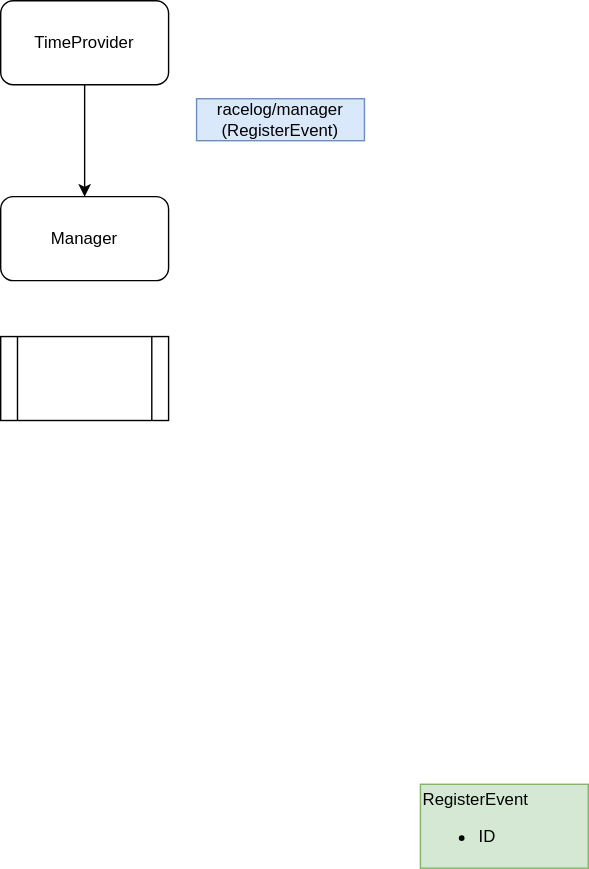
Above: doc/flow.drawio.svg in mpapenbr/iracelog-service-legacy (draw.io), before the change. Source tidied: cells renumbered, new cells last; positions are measured from the earlier drawing's top-left corner, leaving out a move shared by most shapes.
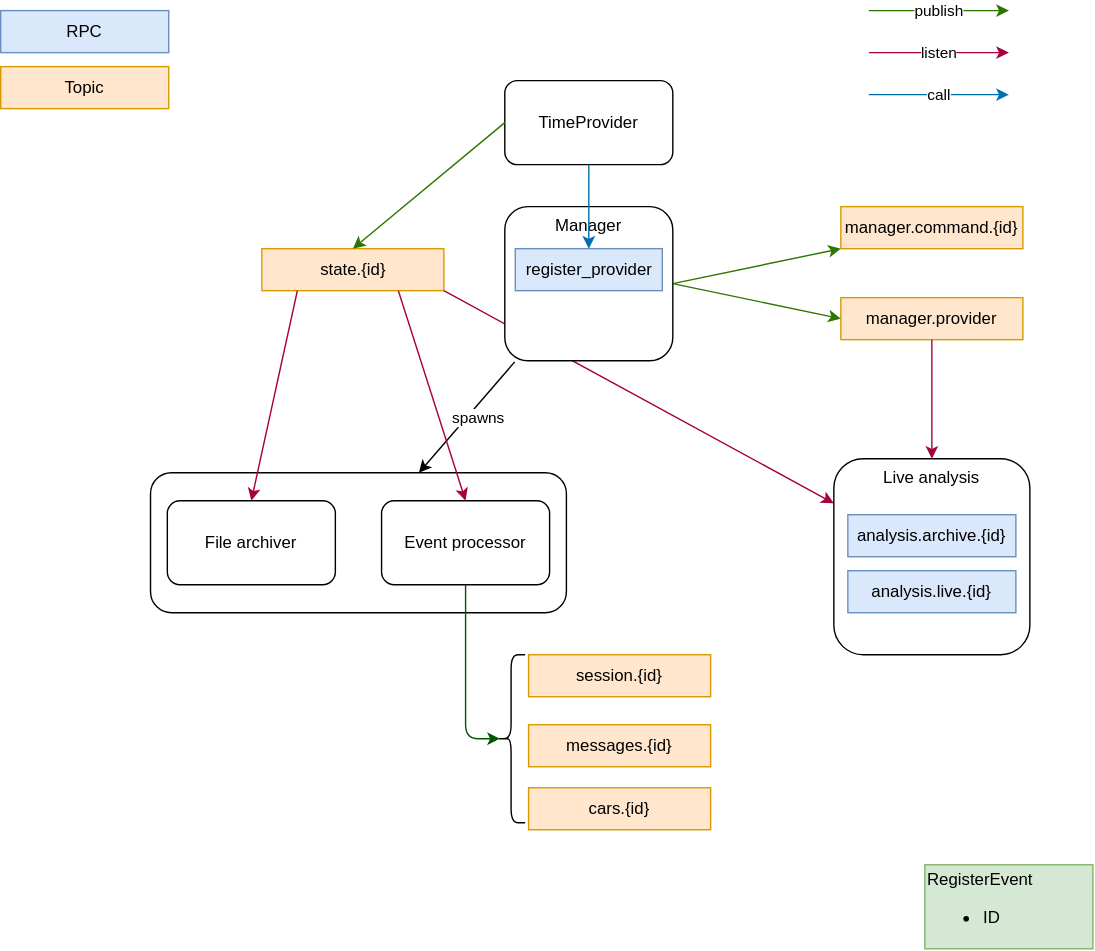
After the change.

Commit message:
some documentation + event_info rpc

Change to the diagram source:
```diff
@@ -2,23 +2,137 @@
   <root>
     <mxCell id="0" />
     <mxCell id="1" parent="0" />
-    <mxCell id="2" style="edgeStyle=orthogonalEdgeStyle;rounded=0;jettySize=auto;html=1;" parent="1" edge="1" source="3" target="4">
-      <mxGeometry relative="1" as="geometry" />
-    </mxCell>
     <mxCell id="3" value="TimeProvider" style="rounded=1;whiteSpace=wrap;html=1;" parent="1" vertex="1">
       <mxGeometry width="120" height="60" as="geometry" />
     </mxCell>
+    <mxCell id="6" value="RegisterEvent&lt;br&gt;&lt;ul&gt;&lt;li&gt;&lt;span&gt;ID&amp;nbsp;&lt;/span&gt;&lt;/li&gt;&lt;/ul&gt;" style="rounded=0;whiteSpace=wrap;html=1;fillColor=#d5e8d4;strokeColor=#82b366;align=left;" parent="1" vertex="1">
+      <mxGeometry x="300" y="560" width="120" height="60" as="geometry" />
+    </mxCell>
+    <mxCell id="8" value="RPC" style="rounded=0;whiteSpace=wrap;html=1;fillColor=#dae8fc;strokeColor=#6c8ebf;" parent="1" vertex="1">
+      <mxGeometry x="-360" y="-50" width="120" height="30" as="geometry" />
+    </mxCell>
+    <mxCell id="9" value="Topic" style="rounded=0;whiteSpace=wrap;html=1;fillColor=#ffe6cc;strokeColor=#d79b00;" parent="1" vertex="1">
+      <mxGeometry x="-360" y="-10" width="120" height="30" as="geometry" />
+    </mxCell>
+    <mxCell id="10" value="state.{id}" style="rounded=0;whiteSpace=wrap;html=1;fillColor=#ffe6cc;strokeColor=#d79b00;" parent="1" vertex="1">
+      <mxGeometry x="-173.5" y="120" width="130" height="30" as="geometry" />
+    </mxCell>
+    <mxCell id="11" style="endArrow=classic;html=1;exitX=0.059;exitY=1.008;exitDx=0;exitDy=0;exitPerimeter=0;" parent="1" edge="1" source="4" target="32">
+      <mxGeometry relative="1" as="geometry" />
+    </mxCell>
+    <mxCell id="12" value="spawns" style="edgeLabel;html=1;align=center;verticalAlign=middle;" parent="11" vertex="1">
+      <mxGeometry relative="1" as="geometry">
+        <mxPoint x="8" as="offset" />
+      </mxGeometry>
+    </mxCell>
+    <mxCell id="13" value="manager.provider" style="rounded=0;whiteSpace=wrap;html=1;fillColor=#ffe6cc;strokeColor=#d79b00;" parent="1" vertex="1">
+      <mxGeometry x="240" y="155" width="130" height="30" as="geometry" />
+    </mxCell>
+    <mxCell id="14" style="endArrow=classic;html=1;fillColor=#60a917;strokeColor=#2D7600;" parent="1" edge="1">
+      <mxGeometry relative="1" as="geometry">
+        <mxPoint x="260" y="-50" as="sourcePoint" />
+        <mxPoint x="360" y="-50" as="targetPoint" />
+      </mxGeometry>
+    </mxCell>
+    <mxCell id="15" value="publish" style="edgeLabel;html=1;align=center;verticalAlign=middle;" parent="14" vertex="1">
+      <mxGeometry relative="1" as="geometry" />
+    </mxCell>
+    <mxCell id="16" style="endArrow=classic;html=1;fillColor=#d80073;strokeColor=#A50040;" parent="1" edge="1">
+      <mxGeometry relative="1" as="geometry">
+        <mxPoint x="260" y="-20" as="sourcePoint" />
+        <mxPoint x="360" y="-20" as="targetPoint" />
+      </mxGeometry>
+    </mxCell>
+    <mxCell id="17" value="listen" style="edgeLabel;html=1;align=center;verticalAlign=middle;" parent="16" vertex="1">
+      <mxGeometry relative="1" as="geometry" />
+    </mxCell>
+    <mxCell id="18" style="endArrow=classic;html=1;entryX=0;entryY=0.5;entryDx=0;entryDy=0;fillColor=#60a917;strokeColor=#2D7600;exitX=1;exitY=0.5;exitDx=0;exitDy=0;" parent="1" edge="1" source="4" target="13">
+      <mxGeometry relative="1" as="geometry" />
+    </mxCell>
+    <mxCell id="19" style="endArrow=classic;html=1;exitX=0.5;exitY=1;exitDx=0;exitDy=0;fillColor=#d80073;strokeColor=#A50040;" parent="1" edge="1" source="13" target="24">
+      <mxGeometry relative="1" as="geometry" />
+    </mxCell>
+    <mxCell id="20" style="endArrow=classic;html=1;fillColor=#1ba1e2;strokeColor=#006EAF;" parent="1" edge="1">
+      <mxGeometry relative="1" as="geometry">
+        <mxPoint x="260" y="10" as="sourcePoint" />
+        <mxPoint x="360" y="10" as="targetPoint" />
+      </mxGeometry>
+    </mxCell>
+    <mxCell id="21" value="call" style="edgeLabel;html=1;align=center;verticalAlign=middle;" parent="20" vertex="1">
+      <mxGeometry relative="1" as="geometry" />
+    </mxCell>
+    <mxCell id="22" style="endArrow=classic;html=1;exitX=1;exitY=1;exitDx=0;exitDy=0;fillColor=#d80073;strokeColor=#A50040;" parent="1" edge="1" source="10" target="24">
+      <mxGeometry relative="1" as="geometry" />
+    </mxCell>
+    <mxCell id="23" style="group;" parent="1" vertex="1">
+      <mxGeometry x="235" y="270" width="140" height="140" as="geometry" />
+    </mxCell>
+    <mxCell id="24" value="Live analysis" style="rounded=1;whiteSpace=wrap;html=1;verticalAlign=top;align=center;" parent="23" vertex="1">
+      <mxGeometry width="140" height="140" as="geometry" />
+    </mxCell>
+    <mxCell id="25" value="analysis.archive.{id}" style="rounded=0;whiteSpace=wrap;html=1;fillColor=#dae8fc;strokeColor=#6c8ebf;" parent="23" vertex="1">
+      <mxGeometry x="10" y="40" width="120" height="30" as="geometry" />
+    </mxCell>
+    <mxCell id="26" value="analysis.live.{id}" style="rounded=0;whiteSpace=wrap;html=1;fillColor=#dae8fc;strokeColor=#6c8ebf;" parent="23" vertex="1">
+      <mxGeometry x="10" y="80" width="120" height="30" as="geometry" />
+    </mxCell>
+    <mxCell id="27" value="manager.command.{id}" style="rounded=0;whiteSpace=wrap;html=1;fillColor=#ffe6cc;strokeColor=#d79b00;" parent="1" vertex="1">
+      <mxGeometry x="240" y="90" width="130" height="30" as="geometry" />
+    </mxCell>
+    <mxCell id="28" style="group;" parent="1" vertex="1">
+      <mxGeometry y="90" width="120" height="110" as="geometry" />
+    </mxCell>
-    <mxCell id="4" value="Manager" style="rounded=1;whiteSpace=wrap;html=1;" parent="1" vertex="1">
-      <mxGeometry y="140" width="120" height="60" as="geometry" />
+    <mxCell id="4" value="Manager" style="rounded=1;whiteSpace=wrap;html=1;align=center;verticalAlign=top;" parent="28" vertex="1">
+      <mxGeometry width="120" height="110" as="geometry" />
     </mxCell>
-    <mxCell id="5" value="racelog/manager&lt;br&gt;(RegisterEvent)" style="rounded=0;whiteSpace=wrap;html=1;fillColor=#dae8fc;strokeColor=#6c8ebf;" parent="1" vertex="1">
-      <mxGeometry x="140" y="70" width="120" height="30" as="geometry" />
+    <mxCell id="5" value="register_provider" style="rounded=0;whiteSpace=wrap;html=1;fillColor=#dae8fc;strokeColor=#6c8ebf;" parent="28" vertex="1">
+      <mxGeometry x="7.5" y="30" width="105" height="30" as="geometry" />
     </mxCell>
-    <mxCell id="6" value="RegisterEvent&lt;br&gt;&lt;ul&gt;&lt;li&gt;&lt;span&gt;ID&amp;nbsp;&lt;/span&gt;&lt;/li&gt;&lt;/ul&gt;" style="rounded=0;whiteSpace=wrap;html=1;fillColor=#d5e8d4;strokeColor=#82b366;align=left;" parent="1" vertex="1">
-      <mxGeometry x="300" y="560" width="120" height="60" as="geometry" />
-    </mxCell>
-    <mxCell id="7" style="shape=process;whiteSpace=wrap;html=1;backgroundOutline=1;" parent="1" vertex="1">
-      <mxGeometry y="240" width="120" height="60" as="geometry" />
-    </mxCell>
+    <mxCell id="2" style="edgeStyle=orthogonalEdgeStyle;rounded=0;jettySize=auto;html=1;entryX=0.5;entryY=0;entryDx=0;entryDy=0;fillColor=#1ba1e2;strokeColor=#006EAF;" parent="1" edge="1" source="3" target="5">
+      <mxGeometry relative="1" as="geometry" />
+    </mxCell>
+    <mxCell id="29" style="endArrow=classic;html=1;entryX=0;entryY=1;entryDx=0;entryDy=0;fillColor=#60a917;strokeColor=#2D7600;exitX=1;exitY=0.5;exitDx=0;exitDy=0;" parent="1" edge="1" source="4" target="27">
+      <mxGeometry relative="1" as="geometry" />
+    </mxCell>
+    <mxCell id="30" style="endArrow=classic;html=1;entryX=0.5;entryY=0;entryDx=0;entryDy=0;fillColor=#60a917;strokeColor=#2D7600;exitX=0;exitY=0.5;exitDx=0;exitDy=0;" parent="1" edge="1" source="3" target="10">
+      <mxGeometry relative="1" as="geometry" />
+    </mxCell>
+    <mxCell id="31" style="group;" parent="1" vertex="1">
+      <mxGeometry x="-253" y="280" width="297" height="100" as="geometry" />
+    </mxCell>
+    <mxCell id="32" style="rounded=1;whiteSpace=wrap;html=1;" parent="31" vertex="1">
+      <mxGeometry width="297" height="100" as="geometry" />
+    </mxCell>
+    <mxCell id="33" value="File archiver" style="rounded=1;whiteSpace=wrap;html=1;" parent="31" vertex="1">
+      <mxGeometry x="12" y="20" width="120" height="60" as="geometry" />
+    </mxCell>
+    <mxCell id="34" value="Event processor" style="rounded=1;whiteSpace=wrap;html=1;" parent="31" vertex="1">
+      <mxGeometry x="165" y="20" width="120" height="60" as="geometry" />
+    </mxCell>
+    <mxCell id="35" style="endArrow=classic;html=1;entryX=0.5;entryY=0;entryDx=0;entryDy=0;exitX=0.75;exitY=1;exitDx=0;exitDy=0;fillColor=#d80073;strokeColor=#A50040;" parent="1" edge="1" source="10" target="34">
+      <mxGeometry relative="1" as="geometry" />
+    </mxCell>
+    <mxCell id="36" style="endArrow=classic;html=1;exitX=0.195;exitY=1.002;exitDx=0;exitDy=0;exitPerimeter=0;entryX=0.5;entryY=0;entryDx=0;entryDy=0;fillColor=#d80073;strokeColor=#A50040;" parent="1" edge="1" source="10" target="33">
+      <mxGeometry relative="1" as="geometry" />
+    </mxCell>
+    <mxCell id="37" value="session.{id}" style="rounded=0;whiteSpace=wrap;html=1;fillColor=#ffe6cc;strokeColor=#d79b00;" parent="1" vertex="1">
+      <mxGeometry x="17" y="410" width="130" height="30" as="geometry" />
+    </mxCell>
+    <mxCell id="38" value="messages.{id}" style="rounded=0;whiteSpace=wrap;html=1;fillColor=#ffe6cc;strokeColor=#d79b00;" parent="1" vertex="1">
+      <mxGeometry x="17" y="460" width="130" height="30" as="geometry" />
+    </mxCell>
+    <mxCell id="39" value="cars.{id}" style="rounded=0;whiteSpace=wrap;html=1;fillColor=#ffe6cc;strokeColor=#d79b00;" parent="1" vertex="1">
+      <mxGeometry x="17" y="505" width="130" height="30" as="geometry" />
+    </mxCell>
+    <mxCell id="40" style="shape=curlyBracket;whiteSpace=wrap;html=1;rounded=1;align=center;" parent="1" vertex="1">
+      <mxGeometry x="-5.5" y="410" width="20" height="120" as="geometry" />
+    </mxCell>
+    <mxCell id="41" style="edgeStyle=elbowEdgeStyle;elbow=vertical;endArrow=classic;html=1;exitX=0.5;exitY=1;exitDx=0;exitDy=0;entryX=0.1;entryY=0.5;entryDx=0;entryDy=0;entryPerimeter=0;fillColor=#008a00;strokeColor=#005700;" parent="1" edge="1" source="34" target="40">
+      <mxGeometry relative="1" as="geometry">
+        <Array as="points">
+          <mxPoint x="-28" y="470" />
+        </Array>
+      </mxGeometry>
+    </mxCell>
   </root>
 </mxGraphModel>
```
